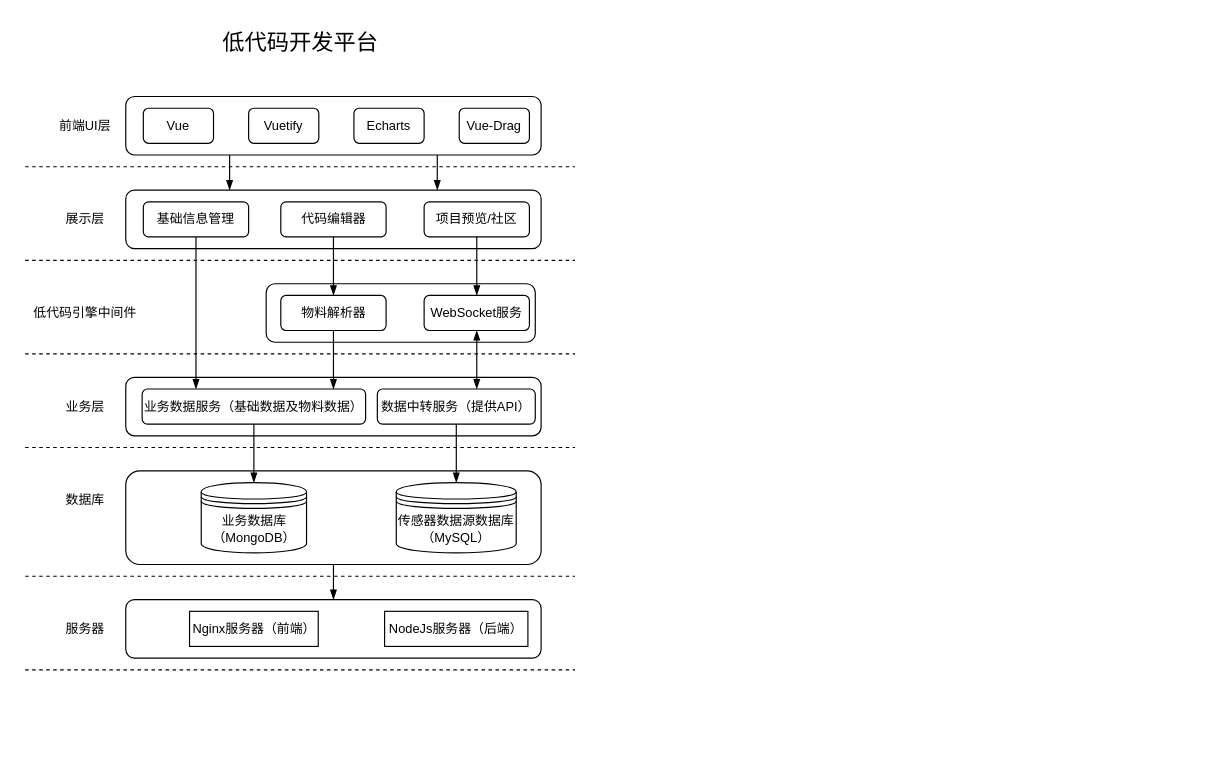
Above: page "系统架构图" (5 of 8) of server/docs/论文-插图.drawio in Jamartin-create/Mdu-Lowcode (draw.io), before the change. Source tidied: cells renumbered, new cells numbered last; positions are measured from the earlier drawing's top-left corner, leaving out a move shared by most shapes. Both pictures are drawn from the tidied source at 117%, with x=0, y=0 at pixel (19, 20).
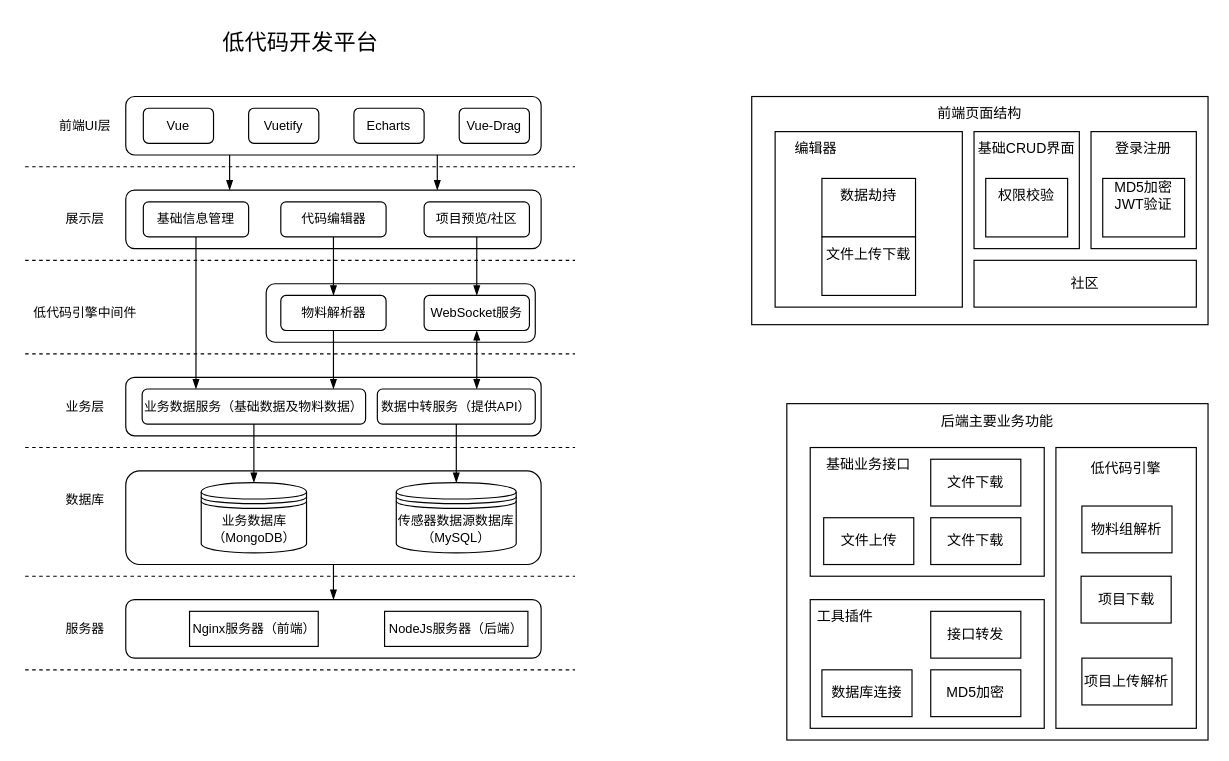
The same diagram, later.

Change to the diagram source:
```diff
@@
+    <mxCell id="46" style="rounded=0;whiteSpace=wrap;html=1;" parent="1" vertex="1">
+      <mxGeometry x="626" y="65" width="390" height="195" as="geometry" />
+    </mxCell>
+    <mxCell id="47" style="group;" parent="1" vertex="1">
+      <mxGeometry x="646" y="95" width="160" height="150" as="geometry" />
+    </mxCell>
+    <mxCell id="48" style="rounded=0;whiteSpace=wrap;html=1;" parent="47" vertex="1">
+      <mxGeometry width="160" height="150" as="geometry" />
+    </mxCell>
+    <mxCell id="49" value="编辑器" style="text;html=1;strokeColor=none;fillColor=none;align=center;verticalAlign=middle;whiteSpace=wrap;rounded=0;" parent="47" vertex="1">
+      <mxGeometry width="70" height="30" as="geometry" />
+    </mxCell>
+    <mxCell id="50" style="rounded=0;whiteSpace=wrap;html=1;" parent="47" vertex="1">
+      <mxGeometry x="40" y="40" width="80" height="50" as="geometry" />
+    </mxCell>
+    <mxCell id="51" value="数据劫持" style="text;html=1;strokeColor=none;fillColor=none;align=center;verticalAlign=middle;whiteSpace=wrap;rounded=0;" parent="47" vertex="1">
+      <mxGeometry x="40" y="40" width="80" height="30" as="geometry" />
+    </mxCell>
+    <mxCell id="52" style="group;" parent="47" vertex="1">
+      <mxGeometry x="40" y="90" width="80" height="50" as="geometry" />
+    </mxCell>
+    <mxCell id="53" style="rounded=0;whiteSpace=wrap;html=1;" parent="52" vertex="1">
+      <mxGeometry width="80" height="50" as="geometry" />
+    </mxCell>
+    <mxCell id="54" value="文件上传下载" style="text;html=1;strokeColor=none;fillColor=none;align=center;verticalAlign=middle;whiteSpace=wrap;rounded=0;" parent="52" vertex="1">
+      <mxGeometry width="80" height="30" as="geometry" />
+    </mxCell>
+    <mxCell id="55" value="前端页面结构" style="text;html=1;strokeColor=none;fillColor=none;align=center;verticalAlign=middle;whiteSpace=wrap;rounded=0;" parent="1" vertex="1">
+      <mxGeometry x="626" y="65" width="390" height="30" as="geometry" />
+    </mxCell>
+    <mxCell id="56" style="rounded=0;whiteSpace=wrap;html=1;" parent="1" vertex="1">
+      <mxGeometry x="816" y="95" width="90" height="100" as="geometry" />
+    </mxCell>
+    <mxCell id="57" value="社区" style="rounded=0;whiteSpace=wrap;html=1;" parent="1" vertex="1">
+      <mxGeometry x="816" y="205" width="190" height="40" as="geometry" />
+    </mxCell>
+    <mxCell id="58" value="基础CRUD界面" style="text;html=1;strokeColor=none;fillColor=none;align=center;verticalAlign=middle;whiteSpace=wrap;rounded=0;" parent="1" vertex="1">
+      <mxGeometry x="816" y="95" width="90" height="30" as="geometry" />
+    </mxCell>
+    <mxCell id="59" style="rounded=0;whiteSpace=wrap;html=1;" parent="1" vertex="1">
+      <mxGeometry x="916" y="95" width="90" height="100" as="geometry" />
+    </mxCell>
+    <mxCell id="60" value="登录注册" style="text;html=1;strokeColor=none;fillColor=none;align=center;verticalAlign=middle;whiteSpace=wrap;rounded=0;" parent="1" vertex="1">
+      <mxGeometry x="916" y="95" width="90" height="30" as="geometry" />
+    </mxCell>
+    <mxCell id="61" style="rounded=0;whiteSpace=wrap;html=1;" parent="1" vertex="1">
+      <mxGeometry x="826" y="135" width="70" height="50" as="geometry" />
+    </mxCell>
+    <mxCell id="62" value="权限校验" style="text;html=1;strokeColor=none;fillColor=none;align=center;verticalAlign=middle;whiteSpace=wrap;rounded=0;" parent="1" vertex="1">
+      <mxGeometry x="826" y="135" width="70" height="30" as="geometry" />
+    </mxCell>
+    <mxCell id="63" style="rounded=0;whiteSpace=wrap;html=1;" parent="1" vertex="1">
+      <mxGeometry x="926" y="135" width="70" height="50" as="geometry" />
+    </mxCell>
+    <mxCell id="64" value="MD5加密&lt;br&gt;JWT验证" style="text;html=1;strokeColor=none;fillColor=none;align=center;verticalAlign=middle;whiteSpace=wrap;rounded=0;" parent="1" vertex="1">
+      <mxGeometry x="926" y="135" width="70" height="30" as="geometry" />
+    </mxCell>
+    <mxCell id="65" style="rounded=0;whiteSpace=wrap;html=1;" parent="1" vertex="1">
+      <mxGeometry x="656" y="327.5" width="360" height="287.5" as="geometry" />
+    </mxCell>
+    <mxCell id="66" value="后端主要业务功能" style="text;html=1;strokeColor=none;fillColor=none;align=center;verticalAlign=middle;whiteSpace=wrap;rounded=0;" parent="1" vertex="1">
+      <mxGeometry x="656" y="327.5" width="360" height="30" as="geometry" />
+    </mxCell>
+    <mxCell id="67" style="group;" parent="1" vertex="1">
+      <mxGeometry x="676" y="365" width="200" height="110" as="geometry" />
+    </mxCell>
+    <mxCell id="68" style="rounded=0;whiteSpace=wrap;html=1;" parent="67" vertex="1">
+      <mxGeometry width="200" height="110" as="geometry" />
+    </mxCell>
+    <mxCell id="69" value="基础业务接口" style="text;html=1;strokeColor=none;fillColor=none;align=center;verticalAlign=middle;whiteSpace=wrap;rounded=0;" parent="67" vertex="1">
+      <mxGeometry width="100" height="30" as="geometry" />
+    </mxCell>
+    <mxCell id="70" value="文件上传" style="rounded=0;whiteSpace=wrap;html=1;" parent="67" vertex="1">
+      <mxGeometry x="11.5" y="60" width="77" height="40" as="geometry" />
+    </mxCell>
+    <mxCell id="71" value="文件下载" style="rounded=0;whiteSpace=wrap;html=1;" parent="67" vertex="1">
+      <mxGeometry x="103" y="60" width="77" height="40" as="geometry" />
+    </mxCell>
+    <mxCell id="72" value="文件下载" style="rounded=0;whiteSpace=wrap;html=1;" parent="67" vertex="1">
+      <mxGeometry x="103" y="10" width="77" height="40" as="geometry" />
+    </mxCell>
+    <mxCell id="73" style="group;" parent="1" vertex="1">
+      <mxGeometry x="886" y="365" width="120" height="240" as="geometry" />
+    </mxCell>
+    <mxCell id="74" style="rounded=0;whiteSpace=wrap;html=1;" parent="73" vertex="1">
+      <mxGeometry width="120" height="240" as="geometry" />
+    </mxCell>
+    <mxCell id="75" value="低代码引擎" style="text;html=1;strokeColor=none;fillColor=none;align=center;verticalAlign=middle;whiteSpace=wrap;rounded=0;" parent="73" vertex="1">
+      <mxGeometry y="2.5" width="120" height="30" as="geometry" />
+    </mxCell>
+    <mxCell id="76" value="物料组解析" style="rounded=0;whiteSpace=wrap;html=1;" parent="73" vertex="1">
+      <mxGeometry x="22.2" y="50" width="77" height="40" as="geometry" />
+    </mxCell>
+    <mxCell id="77" value="项目下载" style="rounded=0;whiteSpace=wrap;html=1;" parent="73" vertex="1">
+      <mxGeometry x="21.5" y="110" width="77" height="40" as="geometry" />
+    </mxCell>
+    <mxCell id="78" value="项目上传解析" style="rounded=0;whiteSpace=wrap;html=1;" parent="73" vertex="1">
+      <mxGeometry x="22.2" y="180" width="77" height="40" as="geometry" />
+    </mxCell>
+    <mxCell id="79" style="group;" parent="1" vertex="1">
+      <mxGeometry x="676" y="495" width="200" height="110" as="geometry" />
+    </mxCell>
+    <mxCell id="80" style="rounded=0;whiteSpace=wrap;html=1;" parent="79" vertex="1">
+      <mxGeometry width="200" height="110" as="geometry" />
+    </mxCell>
+    <mxCell id="81" value="MD5加密" style="rounded=0;whiteSpace=wrap;html=1;" parent="79" vertex="1">
+      <mxGeometry x="103" y="60" width="77" height="40" as="geometry" />
+    </mxCell>
+    <mxCell id="82" value="接口转发" style="rounded=0;whiteSpace=wrap;html=1;" parent="79" vertex="1">
+      <mxGeometry x="103" y="10" width="77" height="40" as="geometry" />
+    </mxCell>
+    <mxCell id="83" value="数据库连接" style="rounded=0;whiteSpace=wrap;html=1;" parent="79" vertex="1">
+      <mxGeometry x="10" y="60" width="77" height="40" as="geometry" />
+    </mxCell>
+    <mxCell id="84" value="工具插件" style="text;html=1;strokeColor=none;fillColor=none;align=center;verticalAlign=middle;whiteSpace=wrap;rounded=0;" parent="79" vertex="1">
+      <mxGeometry width="60" height="30" as="geometry" />
+    </mxCell>
```
